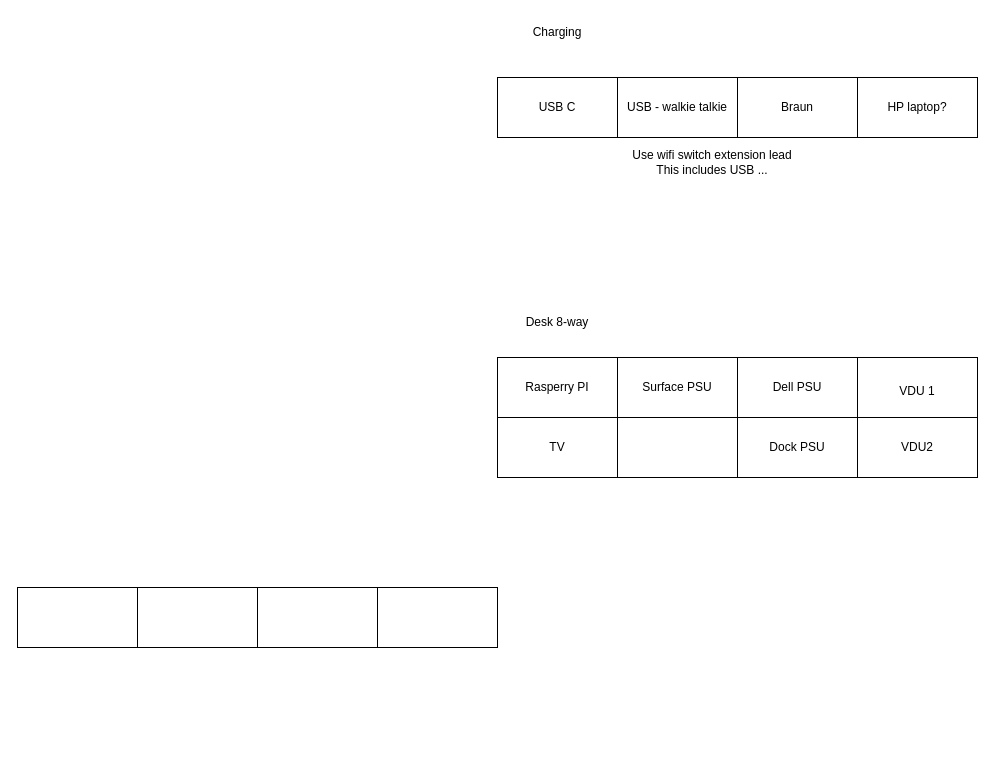
The draw.io diagram desk_devices.drawio in nairby/diagrams, before the edit. Source tidied: cells renumbered, new cells numbered last; positions are measured from the earlier drawing's top-left corner, leaving out a move shared by most shapes. Both pictures are drawn from the tidied source at 100%, with x=0, y=0 at pixel (17, 17).
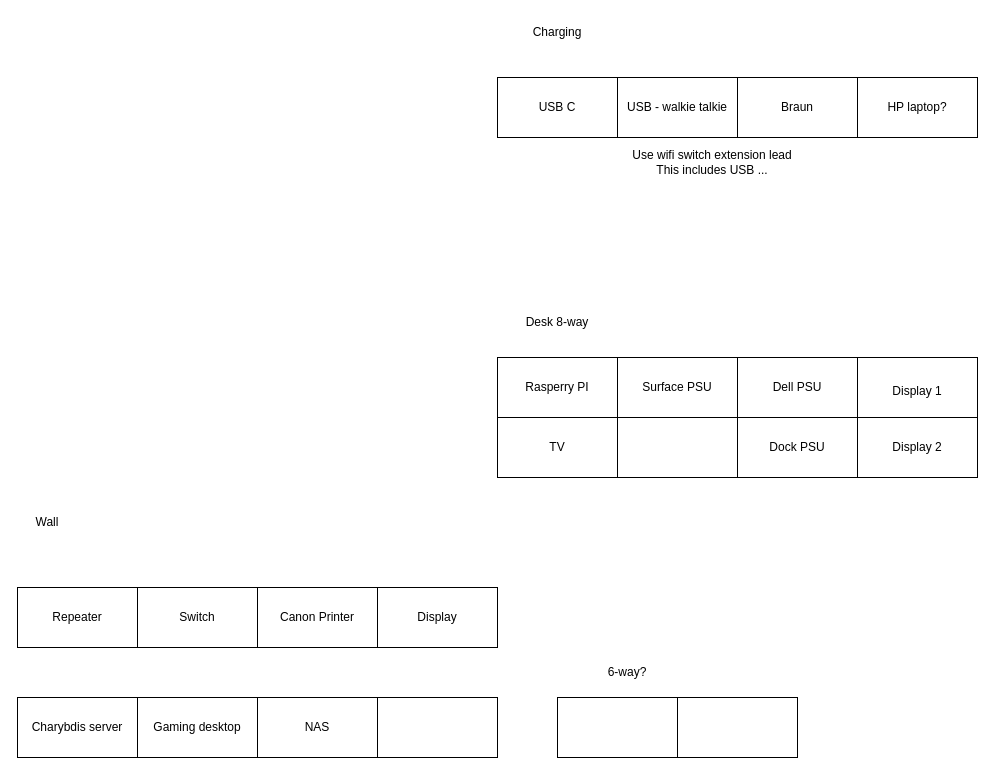
The same page after the edit.

Change to the diagram source:
```diff
@@
-    <mxCell id="3" value="VDU2" style="whiteSpace=wrap;html=1;" parent="1" vertex="1">
+    <mxCell id="3" value="Display 2" style="whiteSpace=wrap;html=1;" parent="1" vertex="1">
       <mxGeometry x="840" y="400" width="120" height="60" as="geometry" />
     </mxCell>
@@
-    <mxCell id="10" value="VDU 1" style="text;html=1;strokeColor=none;fillColor=none;align=center;verticalAlign=middle;whiteSpace=wrap;rounded=0;" parent="1" vertex="1">
+    <mxCell id="10" value="Display 1" style="text;html=1;strokeColor=none;fillColor=none;align=center;verticalAlign=middle;whiteSpace=wrap;rounded=0;" parent="1" vertex="1">
       <mxGeometry x="870" y="359" width="60" height="30" as="geometry" />
     </mxCell>
-    <mxCell id="11" style="rounded=0;whiteSpace=wrap;html=1;" parent="1" vertex="1">
+    <mxCell id="11" value="Repeater" style="rounded=0;whiteSpace=wrap;html=1;" parent="1" vertex="1">
       <mxGeometry y="570" width="120" height="60" as="geometry" />
     </mxCell>
-    <mxCell id="12" style="rounded=0;whiteSpace=wrap;html=1;" parent="1" vertex="1">
+    <mxCell id="12" value="Switch" style="rounded=0;whiteSpace=wrap;html=1;" parent="1" vertex="1">
       <mxGeometry x="120" y="570" width="120" height="60" as="geometry" />
     </mxCell>
-    <mxCell id="13" style="rounded=0;whiteSpace=wrap;html=1;" parent="1" vertex="1">
+    <mxCell id="13" value="Canon Printer" style="rounded=0;whiteSpace=wrap;html=1;" parent="1" vertex="1">
       <mxGeometry x="240" y="570" width="120" height="60" as="geometry" />
     </mxCell>
-    <mxCell id="14" style="rounded=0;whiteSpace=wrap;html=1;" parent="1" vertex="1">
+    <mxCell id="14" value="Display" style="rounded=0;whiteSpace=wrap;html=1;" parent="1" vertex="1">
       <mxGeometry x="360" y="570" width="120" height="60" as="geometry" />
     </mxCell>
@@
+    <mxCell id="22" value="Charybdis server" style="rounded=0;whiteSpace=wrap;html=1;" parent="1" vertex="1">
+      <mxGeometry y="680" width="120" height="60" as="geometry" />
+    </mxCell>
+    <mxCell id="23" value="Gaming desktop" style="rounded=0;whiteSpace=wrap;html=1;" parent="1" vertex="1">
+      <mxGeometry x="120" y="680" width="120" height="60" as="geometry" />
+    </mxCell>
+    <mxCell id="24" value="NAS" style="rounded=0;whiteSpace=wrap;html=1;" parent="1" vertex="1">
+      <mxGeometry x="240" y="680" width="120" height="60" as="geometry" />
+    </mxCell>
+    <mxCell id="25" style="rounded=0;whiteSpace=wrap;html=1;" parent="1" vertex="1">
+      <mxGeometry x="360" y="680" width="120" height="60" as="geometry" />
+    </mxCell>
+    <mxCell id="26" value="Wall" style="text;html=1;strokeColor=none;fillColor=none;align=center;verticalAlign=middle;whiteSpace=wrap;rounded=0;" parent="1" vertex="1">
+      <mxGeometry y="490" width="60" height="30" as="geometry" />
+    </mxCell>
+    <mxCell id="27" style="rounded=0;whiteSpace=wrap;html=1;" parent="1" vertex="1">
+      <mxGeometry x="540" y="680" width="120" height="60" as="geometry" />
+    </mxCell>
+    <mxCell id="28" style="rounded=0;whiteSpace=wrap;html=1;" parent="1" vertex="1">
+      <mxGeometry x="660" y="680" width="120" height="60" as="geometry" />
+    </mxCell>
+    <mxCell id="29" value="6-way?" style="text;html=1;strokeColor=none;fillColor=none;align=center;verticalAlign=middle;whiteSpace=wrap;rounded=0;" parent="1" vertex="1">
+      <mxGeometry x="580" y="640" width="60" height="30" as="geometry" />
+    </mxCell>
```
